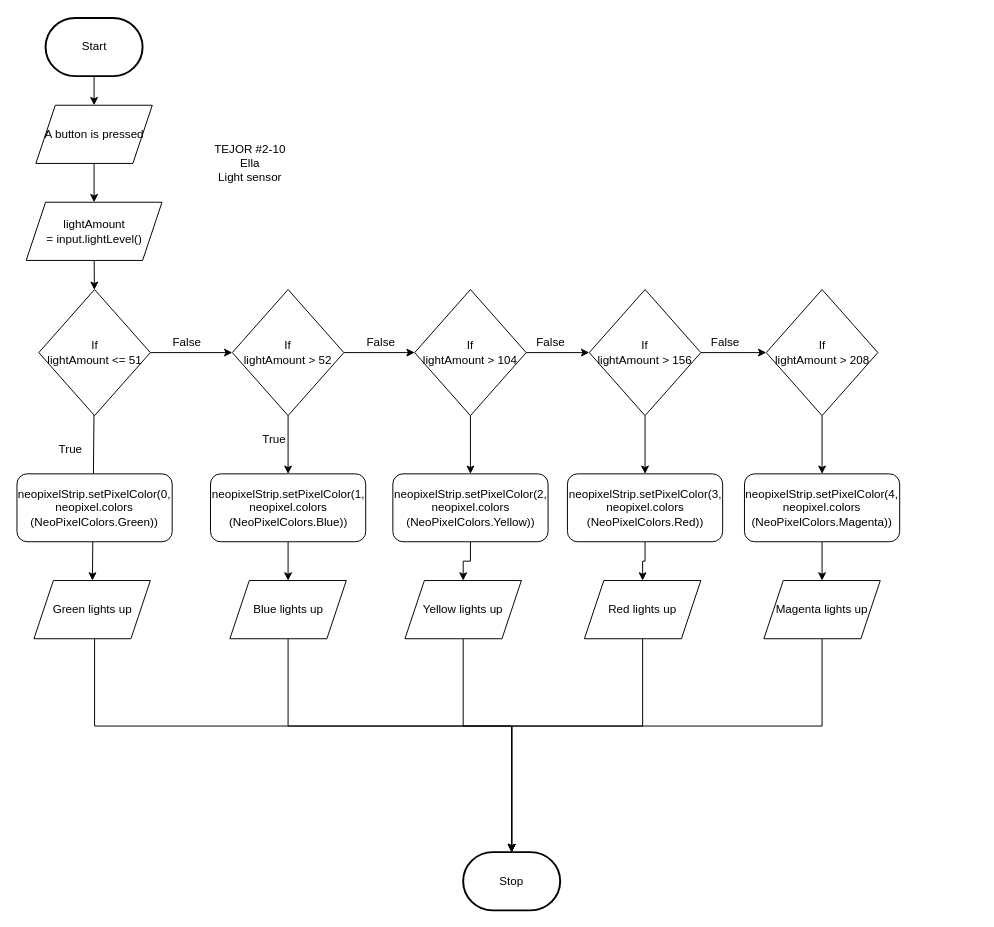
Above: design/flowchart.drawio in MTHS-TEJ2O-1-2024/TEJ2O-Unit-2-10B-ella-an2 (draw.io), before the change. Source tidied: cells renumbered, new cells numbered last; positions are measured from the earlier drawing's top-left corner, leaving out a move shared by most shapes. Both pictures are drawn from the tidied source at 97%, with x=0, y=0 at pixel (16, 17).
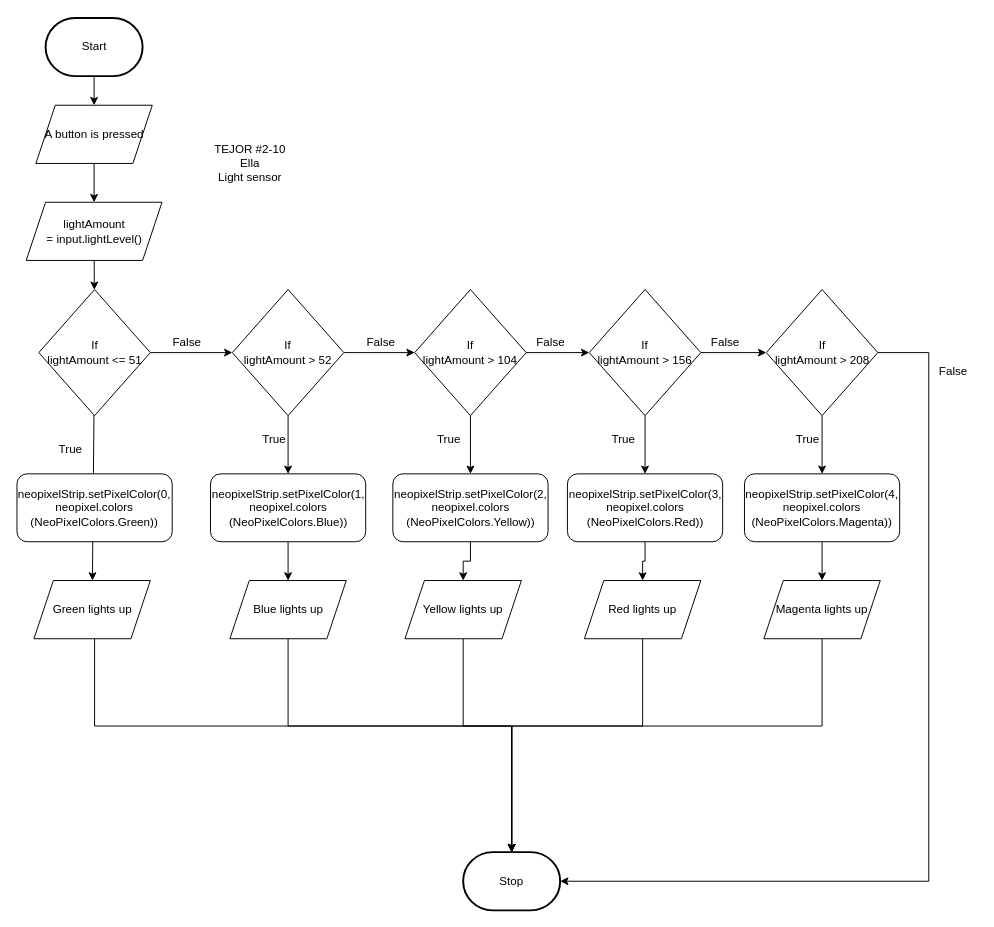
After the change.

Commit message:
Finished the flow chart

The change refers to these unchanged cells:
```xml
<mxCell id="4" value="Stop" style="strokeWidth=2;html=1;shape=mxgraph.flowchart.terminator;whiteSpace=wrap;" parent="1" vertex="1">
  <mxGeometry x="460" y="860" width="100" height="60" as="geometry" />
</mxCell>
<mxCell id="32" value="If&lt;br&gt;lightAmount &amp;gt; 208" style="rhombus;whiteSpace=wrap;html=1;" parent="1" vertex="1">
  <mxGeometry x="772.5" y="280" width="115" height="130" as="geometry" />
</mxCell>
```

Diff of the diagram source:
```diff
@@
+    <mxCell id="49" style="edgeStyle=orthogonalEdgeStyle;html=1;exitX=1;exitY=0.5;exitDx=0;exitDy=0;rounded=0;entryX=1;entryY=0.5;entryDx=0;entryDy=0;entryPerimeter=0;" parent="1" edge="1" source="32" target="4">
+      <mxGeometry relative="1" as="geometry">
+        <Array as="points">
+          <mxPoint x="940" y="345" />
+          <mxPoint x="940" y="890" />
+        </Array>
+      </mxGeometry>
+    </mxCell>
@@
+    <mxCell id="50" value="True" style="text;html=1;align=center;verticalAlign=middle;strokeColor=none;fillColor=none;" parent="1" vertex="1">
+      <mxGeometry x="420" y="420" width="50" height="30" as="geometry" />
+    </mxCell>
+    <mxCell id="51" value="True" style="text;html=1;align=center;verticalAlign=middle;strokeColor=none;fillColor=none;" parent="1" vertex="1">
+      <mxGeometry x="600" y="420" width="50" height="30" as="geometry" />
+    </mxCell>
+    <mxCell id="52" value="True" style="text;html=1;align=center;verticalAlign=middle;strokeColor=none;fillColor=none;" parent="1" vertex="1">
+      <mxGeometry x="790" y="420" width="50" height="30" as="geometry" />
+    </mxCell>
+    <mxCell id="53" value="False" style="text;html=1;align=center;verticalAlign=middle;strokeColor=none;fillColor=none;" parent="1" vertex="1">
+      <mxGeometry x="940" y="350" width="50" height="30" as="geometry" />
+    </mxCell>
```
